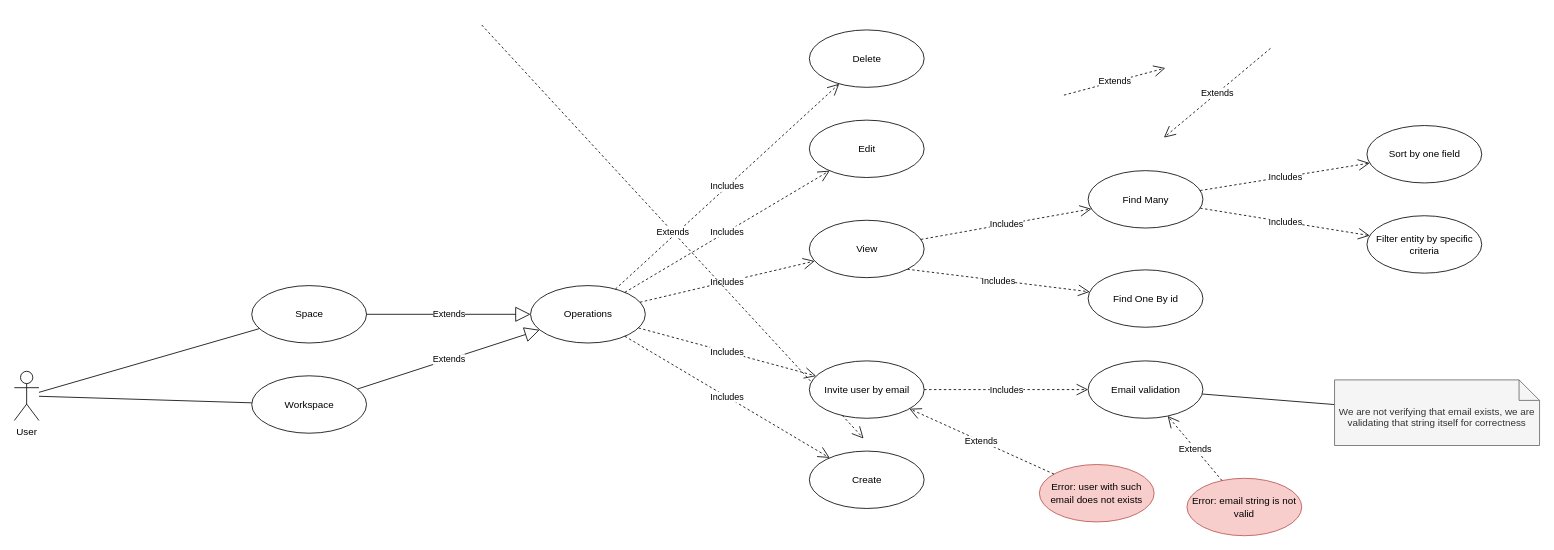
SalttySugar/Nota keeps this draw.io diagram as page "workspaces" (1 of 2) of docs/diagrams/use-case.drawio. Above is the earlier version. Source tidied: cells renumbered, new cells numbered last; positions are measured from the earlier drawing's top-left corner, leaving out a move shared by most shapes. Both pictures are drawn from the tidied source at 82%, with x=0, y=0 at pixel (14, 25).
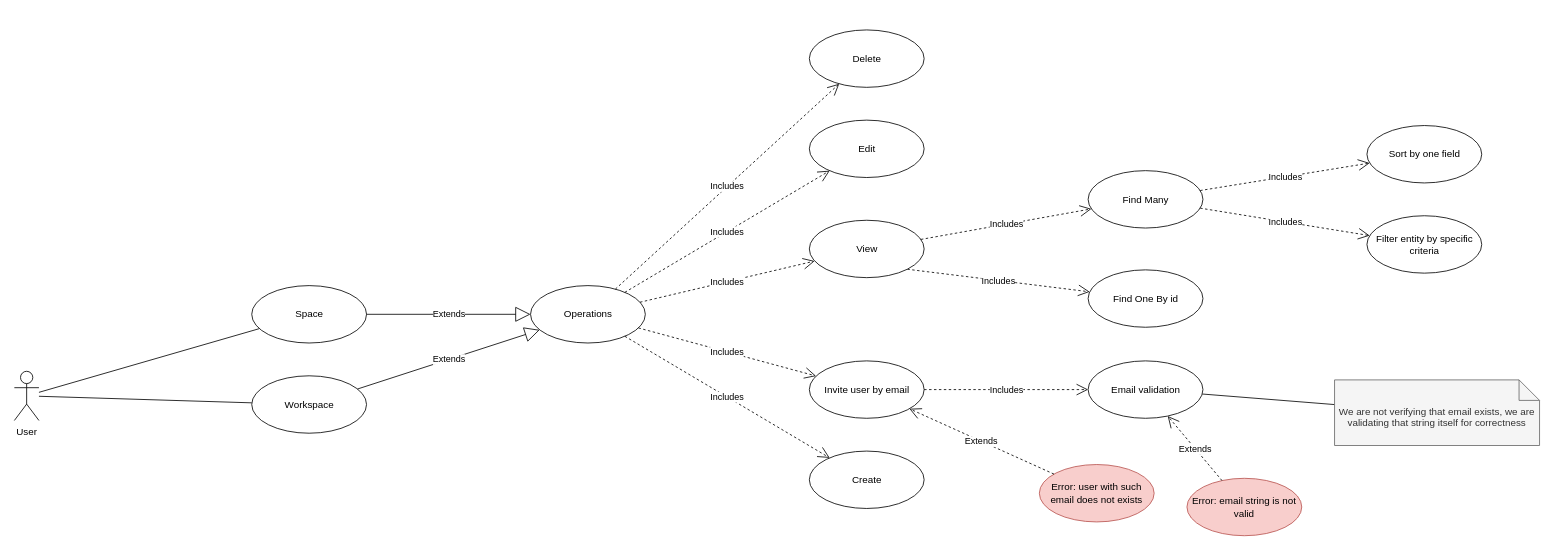
Above is the later version.

Diff of the diagram source:
```diff
@@
-    <mxCell id="6" value="Extends" style="endArrow=open;endSize=12;dashed=1;html=1;rounded=0;" parent="1" edge="1">
-      <mxGeometry relative="1" as="geometry">
-        <mxPoint x="1280" y="85.5" as="sourcePoint" />
-        <mxPoint x="1403.6" y="52.5" as="targetPoint" />
-      </mxGeometry>
-    </mxCell>
-    <mxCell id="7" value="Extends" style="endArrow=open;endSize=12;dashed=1;html=1;rounded=0;" parent="1" edge="1">
-      <mxGeometry relative="1" as="geometry">
-        <mxPoint x="1531.9" y="28.5" as="sourcePoint" />
-        <mxPoint x="1401.9" y="137.3" as="targetPoint" />
-      </mxGeometry>
-    </mxCell>
@@
-    <mxCell id="28" value="Extends" style="endArrow=open;endSize=12;dashed=1;html=1;rounded=0;" parent="1" edge="1">
-      <mxGeometry relative="1" as="geometry">
-        <mxPoint x="570" as="sourcePoint" />
-        <mxPoint x="1035.6" y="504.2" as="targetPoint" />
-      </mxGeometry>
-    </mxCell>
```
